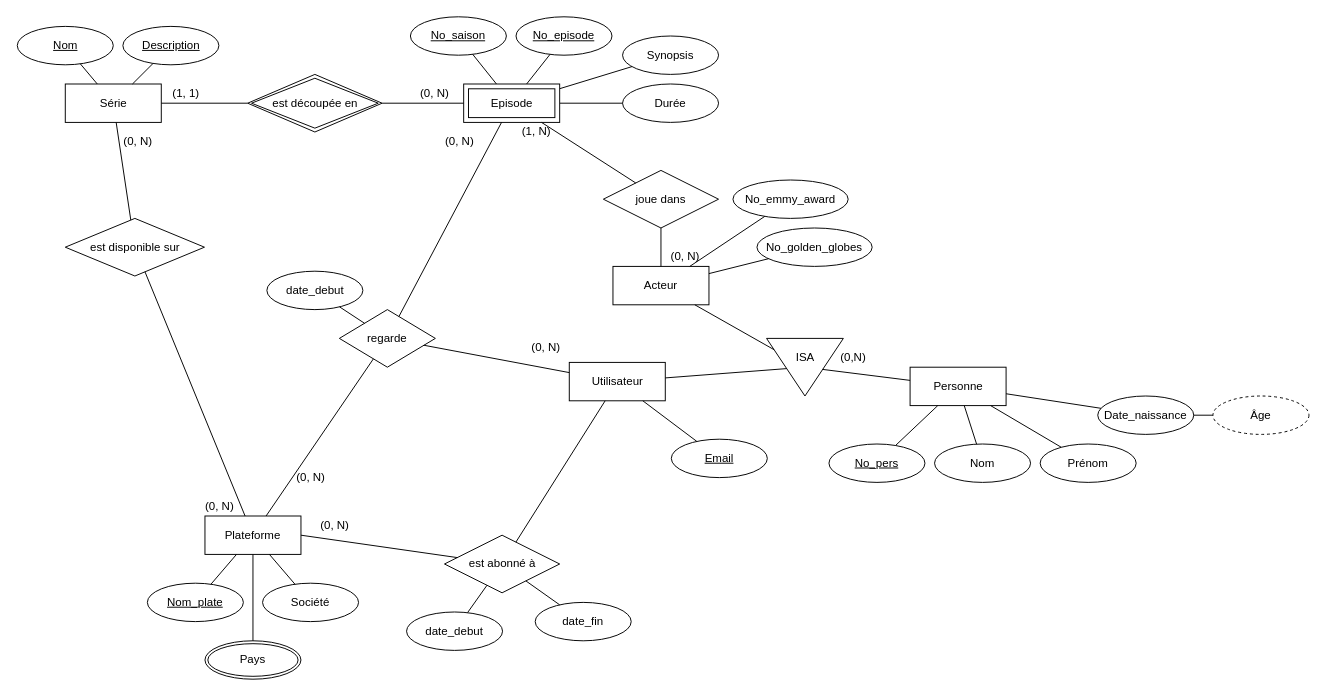
Before: db.drawio in roscale/db-project1, a draw.io diagram. Source tidied: cells renumbered, new cells numbered last; positions are measured from the earlier drawing's top-left corner, leaving out a move shared by most shapes. Both pictures are drawn from the tidied source at 96%, with x=0, y=0 at pixel (16, 16).
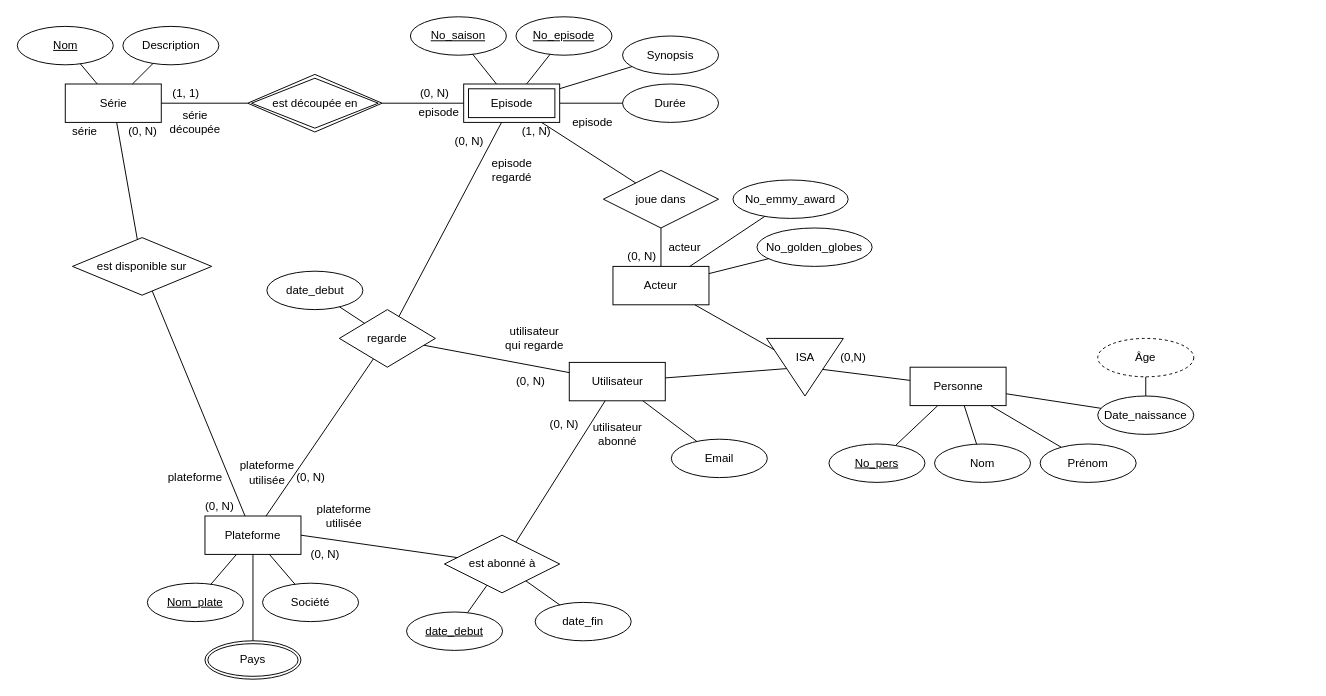
The same diagram, later.

Commit message (it also covers changes not shown here):
Modele relationnel

Diff of the diagram source:
```diff
@@
-    <mxCell id="8" value="Description" style="ellipse;whiteSpace=wrap;html=1;align=center;fontStyle=4;" parent="1" vertex="1">
+    <mxCell id="8" value="Description" style="ellipse;whiteSpace=wrap;html=1;align=center;fontStyle=0;" parent="1" vertex="1">
       <mxGeometry x="110.5" y="10" width="100" height="40" as="geometry" />
     </mxCell>
@@
     <mxCell id="33" value="Âge" style="ellipse;whiteSpace=wrap;html=1;align=center;dashed=1;" parent="1" vertex="1">
-      <mxGeometry x="1246" y="395" width="100" height="40" as="geometry" />
+      <mxGeometry x="1126" y="335" width="100" height="40" as="geometry" />
     </mxCell>
@@
-    <mxCell id="41" value="Email" style="ellipse;whiteSpace=wrap;html=1;align=center;fontStyle=4;" parent="1" vertex="1">
+    <mxCell id="41" value="Email" style="ellipse;whiteSpace=wrap;html=1;align=center;fontStyle=0;" parent="1" vertex="1">
       <mxGeometry x="681.8" y="440" width="100" height="40" as="geometry" />
     </mxCell>
@@
     <mxCell id="55" value="est disponible sur" style="shape=rhombus;perimeter=rhombusPerimeter;whiteSpace=wrap;html=1;align=center;rounded=0;" parent="1" vertex="1">
-      <mxGeometry x="50.5" y="210" width="145" height="60" as="geometry" />
+      <mxGeometry x="58" y="230" width="145" height="60" as="geometry" />
     </mxCell>
@@
     <mxCell id="57" value="(0, N)" style="text;html=1;align=center;verticalAlign=middle;" parent="1" vertex="1">
-      <mxGeometry x="100.5" y="120" width="50" height="20" as="geometry" />
+      <mxGeometry x="105.5" y="110" width="50" height="20" as="geometry" />
     </mxCell>
@@
     <mxCell id="63" value="(0, N)" style="text;html=1;align=center;verticalAlign=middle;" parent="1" vertex="1">
-      <mxGeometry x="306" y="520" width="50" height="20" as="geometry" />
+      <mxGeometry x="296" y="550" width="50" height="20" as="geometry" />
     </mxCell>
@@
-    <mxCell id="65" value="date_debut" style="ellipse;whiteSpace=wrap;html=1;align=center;" parent="1" vertex="1">
+    <mxCell id="65" value="date_debut" style="ellipse;whiteSpace=wrap;html=1;align=center;fontStyle=4;" parent="1" vertex="1">
       <mxGeometry x="406" y="620" width="100" height="40" as="geometry" />
     </mxCell>
@@
     <mxCell id="71" value="(0, N)" style="text;html=1;align=center;verticalAlign=middle;" parent="1" vertex="1">
-      <mxGeometry x="671" y="240" width="50" height="20" as="geometry" />
+      <mxGeometry x="625.5" y="240" width="50" height="20" as="geometry" />
     </mxCell>
@@
     <mxCell id="77" value="(0, N)" style="text;html=1;align=center;verticalAlign=middle;" parent="1" vertex="1">
-      <mxGeometry x="525.5" y="335" width="50" height="20" as="geometry" />
+      <mxGeometry x="510" y="370" width="50" height="20" as="geometry" />
     </mxCell>
     <mxCell id="78" value="(0, N)" style="text;html=1;align=center;verticalAlign=middle;" parent="1" vertex="1">
-      <mxGeometry x="436" y="120" width="50" height="20" as="geometry" />
+      <mxGeometry x="445.5" y="120" width="50" height="20" as="geometry" />
     </mxCell>
@@
+    <mxCell id="82" value="(0, N)" style="text;html=1;align=center;verticalAlign=middle;" parent="1" vertex="1">
+      <mxGeometry x="545" y="415" width="50" height="20" as="geometry" />
+    </mxCell>
+    <mxCell id="83" value="série" style="text;html=1;strokeColor=none;fillColor=none;align=center;verticalAlign=middle;whiteSpace=wrap;rounded=0;" parent="1" vertex="1">
+      <mxGeometry x="50.5" y="110" width="40" height="20" as="geometry" />
+    </mxCell>
+    <mxCell id="84" value="episode" style="text;html=1;strokeColor=none;fillColor=none;align=center;verticalAlign=middle;whiteSpace=wrap;rounded=0;" parent="1" vertex="1">
+      <mxGeometry x="420" y="90" width="40" height="20" as="geometry" />
+    </mxCell>
+    <mxCell id="85" value="acteur" style="text;html=1;strokeColor=none;fillColor=none;align=center;verticalAlign=middle;whiteSpace=wrap;rounded=0;" parent="1" vertex="1">
+      <mxGeometry x="675.5" y="230" width="40" height="20" as="geometry" />
+    </mxCell>
+    <mxCell id="86" value="episode&lt;br&gt;regardé" style="text;html=1;strokeColor=none;fillColor=none;align=center;verticalAlign=middle;whiteSpace=wrap;rounded=0;" parent="1" vertex="1">
+      <mxGeometry x="495.5" y="150" width="40" height="20" as="geometry" />
+    </mxCell>
+    <mxCell id="87" value="episode" style="text;html=1;strokeColor=none;fillColor=none;align=center;verticalAlign=middle;whiteSpace=wrap;rounded=0;" parent="1" vertex="1">
+      <mxGeometry x="580" y="100" width="40" height="20" as="geometry" />
+    </mxCell>
+    <mxCell id="88" value="plateforme" style="text;html=1;strokeColor=none;fillColor=none;align=center;verticalAlign=middle;whiteSpace=wrap;rounded=0;" parent="1" vertex="1">
+      <mxGeometry x="166" y="470" width="40" height="20" as="geometry" />
+    </mxCell>
+    <mxCell id="89" value="plateforme&lt;br&gt;utilisée" style="text;html=1;strokeColor=none;fillColor=none;align=center;verticalAlign=middle;whiteSpace=wrap;rounded=0;" parent="1" vertex="1">
+      <mxGeometry x="241" y="465" width="40" height="20" as="geometry" />
+    </mxCell>
+    <mxCell id="90" value="utilisateur&lt;br&gt;abonné" style="text;html=1;strokeColor=none;fillColor=none;align=center;verticalAlign=middle;whiteSpace=wrap;rounded=0;" parent="1" vertex="1">
+      <mxGeometry x="605.5" y="425" width="40" height="20" as="geometry" />
+    </mxCell>
+    <mxCell id="91" value="plateforme&lt;br&gt;utilisée" style="text;html=1;strokeColor=none;fillColor=none;align=center;verticalAlign=middle;whiteSpace=wrap;rounded=0;" parent="1" vertex="1">
+      <mxGeometry x="320.5" y="510" width="40" height="20" as="geometry" />
+    </mxCell>
+    <mxCell id="92" value="utilisateur&lt;br&gt;qui regarde" style="text;html=1;strokeColor=none;fillColor=none;align=center;verticalAlign=middle;whiteSpace=wrap;rounded=0;" parent="1" vertex="1">
+      <mxGeometry x="504" y="325" width="70.5" height="20" as="geometry" />
+    </mxCell>
+    <mxCell id="93" value="série découpée" style="text;html=1;strokeColor=none;fillColor=none;align=center;verticalAlign=middle;whiteSpace=wrap;rounded=0;" parent="1" vertex="1">
+      <mxGeometry x="166" y="100" width="40" height="20" as="geometry" />
+    </mxCell>
```
